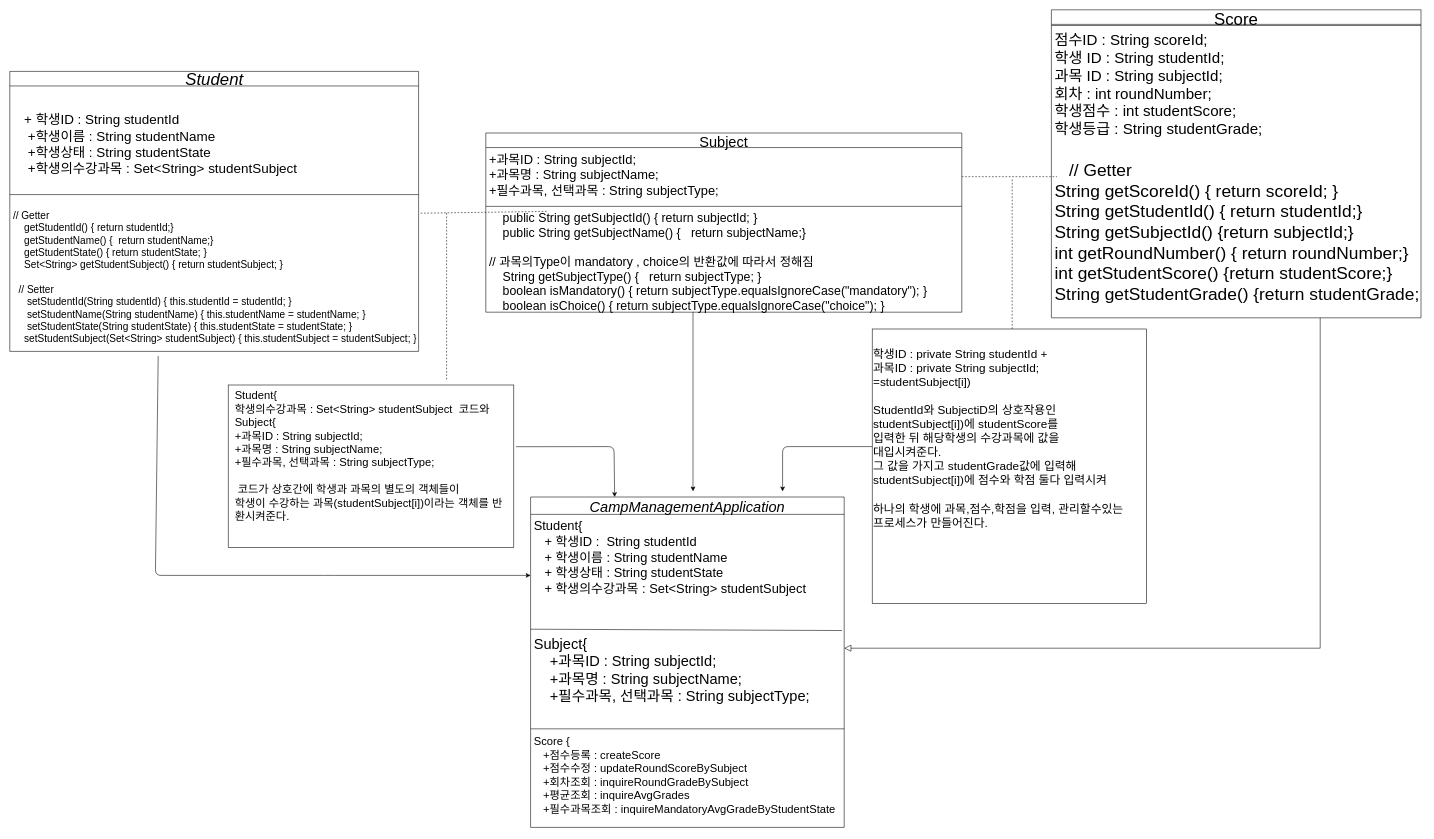
a-white-bit/BabyManageApplication keeps this draw.io diagram as page "아래쪽" (2 of 2) of src/ClassDiagram.drawio. Above is the earlier version. Source tidied: cells renumbered, new cells numbered last; positions are measured from the earlier drawing's top-left corner, leaving out a move shared by most shapes. Both pictures are drawn from the tidied source at 56%, with x=0, y=0 at pixel (10, 10).
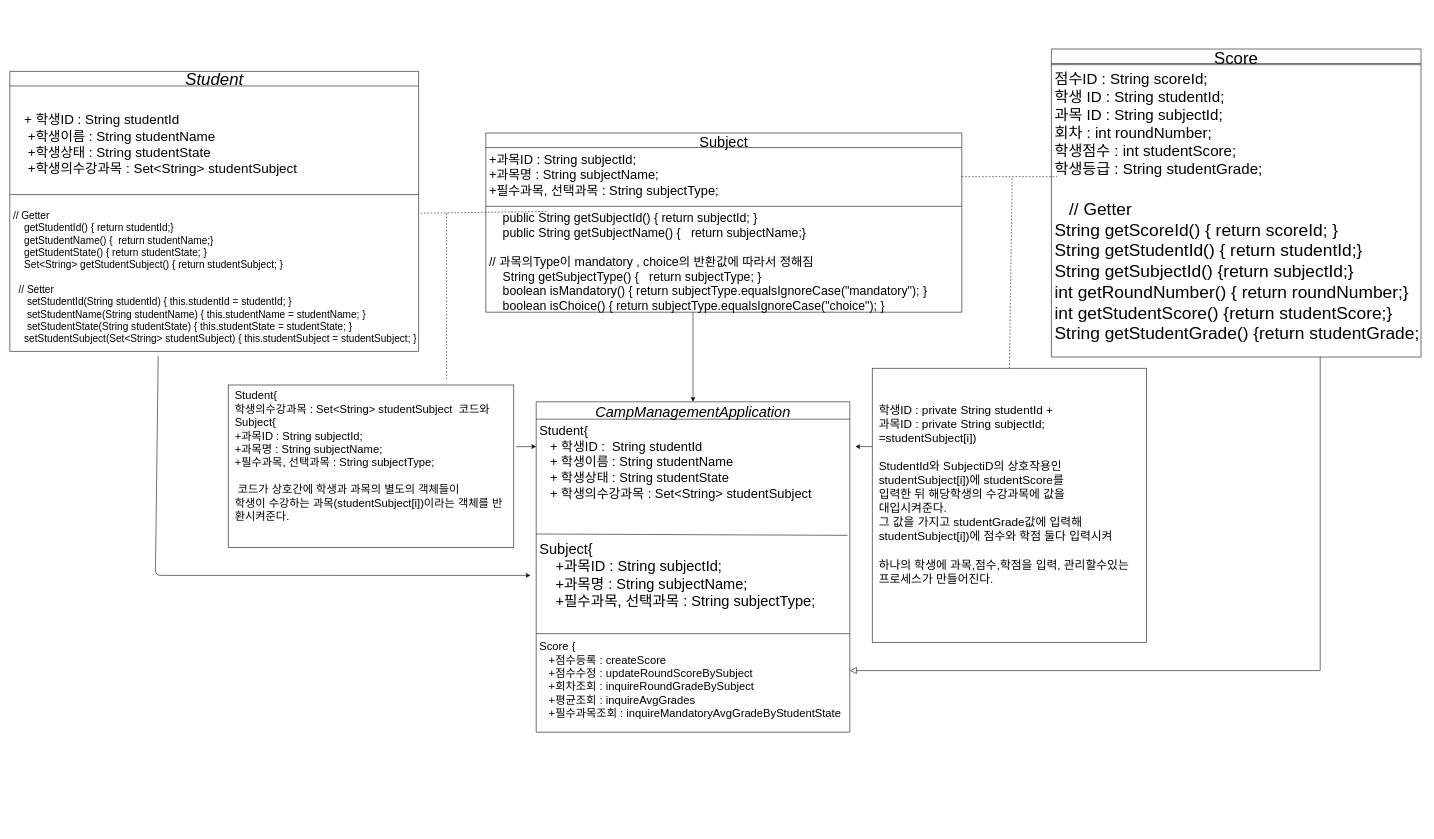
Above is the later version.

Unchanged cells that the change refers to:
```xml
<mxCell id="3" value="Student{&#10;   + 학생ID :  String studentId&#10;   + 학생이름 : String studentName&#10;   + 학생상태 : String studentState&#10;   + 학생의수강과목 : Set&lt;String&gt; studentSubject" style="text;align=left;verticalAlign=top;spacingLeft=4;spacingRight=4;overflow=hidden;points=[[0,0.5],[1,0.5]];portConstraint=eastwest;rounded=0;shadow=0;html=0;fontSize=23;" parent="2" vertex="1">
  <mxGeometry y="31" width="560" height="209" as="geometry" />
</mxCell>
<mxCell id="22" style="whiteSpace=wrap;html=1;fillColor=none;" parent="1" vertex="1">
  <mxGeometry x="390" y="670" width="510" height="290" as="geometry" />
</mxCell>
```

Change to the diagram source:
```diff
@@
     <mxCell id="2" value="CampManagementApplication" style="swimlane;fontStyle=2;align=center;verticalAlign=middle;horizontal=1;startSize=31;rounded=0;shadow=0;strokeWidth=1;fontSize=26;labelPosition=center;verticalLabelPosition=middle;textDirection=ltr;" parent="1" vertex="1">
-      <mxGeometry x="930" y="870" width="560" height="590" as="geometry" />
+      <mxGeometry x="940" y="700" width="560" height="590" as="geometry" />
     </mxCell>
@@
     <mxCell id="8" value="Score" style="swimlane;fontStyle=0;align=center;verticalAlign=middle;horizontal=1;startSize=26;rounded=0;shadow=0;strokeWidth=1;fontSize=30;" parent="1" vertex="1">
-      <mxGeometry x="1860" width="660" height="550" as="geometry" />
+      <mxGeometry x="1860" y="70" width="660" height="550" as="geometry" />
     </mxCell>
@@
     <mxCell id="12" style="endArrow=block;endSize=10;endFill=0;shadow=0;strokeWidth=1;rounded=0;curved=0;edgeStyle=elbowEdgeStyle;elbow=vertical;" parent="1" edge="1" source="8" target="2">
       <mxGeometry relative="1" as="geometry">
         <Array as="points">
-          <mxPoint x="2340" y="1140" />
+          <mxPoint x="2340" y="1180" />
         </Array>
       </mxGeometry>
     </mxCell>
@@
-    <mxCell id="24" style="endArrow=classic;html=1;fontSize=20;" parent="1" edge="1">
+    <mxCell id="24" style="endArrow=classic;html=1;fontSize=20;entryX=0.5;entryY=0;entryDx=0;entryDy=0;" parent="1" edge="1" target="2">
       <mxGeometry relative="1" as="geometry">
         <mxPoint x="1220" y="540" as="sourcePoint" />
-        <mxPoint x="1220" y="860" as="targetPoint" />
       </mxGeometry>
     </mxCell>
@@
-    <mxCell id="28" style="endArrow=none;dashed=1;html=1;fontSize=13;" parent="1" edge="1">
+    <mxCell id="28" style="endArrow=none;dashed=1;html=1;fontSize=13;exitX=0.5;exitY=0;exitDx=0;exitDy=0;" parent="1" edge="1" source="29">
       <mxGeometry relative="1" as="geometry">
-        <mxPoint x="1790" y="570" as="sourcePoint" />
         <mxPoint x="1790" y="300" as="targetPoint" />
       </mxGeometry>
     </mxCell>
     <mxCell id="29" style="whiteSpace=wrap;html=1;fontSize=13;fillColor=none;" parent="1" vertex="1">
-      <mxGeometry x="1540" y="570" width="490" height="490" as="geometry" />
+      <mxGeometry x="1540" y="640" width="490" height="490" as="geometry" />
     </mxCell>
     <mxCell id="30" value="&lt;span style=&quot;font-size: 21px;&quot;&gt;학생ID : private String studentId +&lt;br style=&quot;font-size: 21px;&quot;&gt;&lt;/span&gt;&lt;span style=&quot;font-size: 21px;&quot;&gt;과목ID :&amp;nbsp;private String subjectId;&lt;br style=&quot;font-size: 21px;&quot;&gt;&lt;/span&gt;&lt;font style=&quot;font-size: 21px;&quot;&gt;=studentSubject[i])&lt;br style=&quot;padding: 0px; margin: 0px; font-size: 21px;&quot;&gt;&lt;/font&gt;&amp;nbsp;&lt;br style=&quot;font-size: 21px;&quot;&gt;StudentId와 SubjectiD의 상호작용인&lt;br style=&quot;font-size: 21px;&quot;&gt;&lt;span style=&quot;font-size: 21px;&quot;&gt;studentSubject[i])에&amp;nbsp;&lt;/span&gt;studentScore를&amp;nbsp;&lt;br style=&quot;font-size: 21px;&quot;&gt;입력한 뒤 해당학생의 수강과목에 값을&lt;br style=&quot;font-size: 21px;&quot;&gt;대입시켜준다.&lt;br style=&quot;font-size: 21px;&quot;&gt;그 값을 가지고 studentGrade값에 입력해&lt;br style=&quot;font-size: 21px;&quot;&gt;&lt;span style=&quot;font-size: 21px;&quot;&gt;studentSubject[i])에 점수와 학점 둘다 입력시켜&lt;/span&gt;&lt;br style=&quot;font-size: 21px;&quot;&gt;&lt;br style=&quot;font-size: 21px;&quot;&gt;하나의 학생에 과목,점수,학점을 입력, 관리할수있는&lt;br style=&quot;font-size: 21px;&quot;&gt;프로세스가 만들어진다." style="text;strokeColor=none;align=left;fillColor=none;html=1;verticalAlign=middle;whiteSpace=wrap;rounded=0;fontSize=21;" parent="1" vertex="1">
-      <mxGeometry x="1540" y="570" width="500" height="390" as="geometry" />
+      <mxGeometry x="1550" y="670" width="500" height="390" as="geometry" />
     </mxCell>
-    <mxCell id="31" style="endArrow=classic;html=1;fontSize=20;exitX=1.008;exitY=0.38;exitDx=0;exitDy=0;exitPerimeter=0;entryX=0.268;entryY=0;entryDx=0;entryDy=0;entryPerimeter=0;" parent="1" edge="1" source="22" target="2">
+    <mxCell id="31" style="endArrow=classic;html=1;fontSize=20;exitX=1.008;exitY=0.38;exitDx=0;exitDy=0;exitPerimeter=0;" parent="1" edge="1" source="22" target="3">
       <mxGeometry relative="1" as="geometry">
         <Array as="points">
-          <mxPoint x="1079" y="780" />
+          <mxPoint x="940" y="780" />
         </Array>
       </mxGeometry>
     </mxCell>
     <mxCell id="32" style="endArrow=classic;html=1;fontSize=20;" parent="1" edge="1">
       <mxGeometry relative="1" as="geometry">
         <mxPoint x="1540" y="780" as="sourcePoint" />
-        <mxPoint x="1380" y="860" as="targetPoint" />
-        <Array as="points">
-          <mxPoint x="1380" y="780" />
-        </Array>
+        <mxPoint x="1510" y="780" as="targetPoint" />
       </mxGeometry>
     </mxCell>
```
